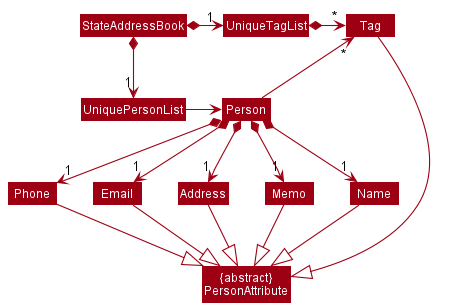
Above: docs/images/BetterModelClassDiagram.png in tandeshao/tp (PlantUML), before the change.
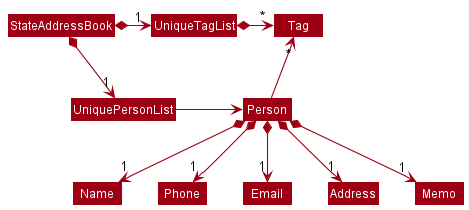
After the change.

What changed in the source:
```diff
@@ -3,8 +3,6 @@
 skinparam arrowThickness 1.1
 skinparam arrowColor MODEL_COLOR
 skinparam classBackgroundColor MODEL_COLOR
-
-Class "{abstract}\nPersonAttribute" as PersonAttribute
 
 StateAddressBook *-right-> "1" UniquePersonList
 StateAddressBook *-right-> "1" UniqueTagList
@@ -20,11 +18,4 @@
 Person *--> "1" Address
 Person *--> "1" Memo
 
-
-Name -down-|> PersonAttribute
-Phone -down-|> PersonAttribute
-Email -down-|> PersonAttribute
-Address -down-|> PersonAttribute
-Memo -down-|> PersonAttribute
-Tag -down-|> PersonAttribute
 @enduml
```
